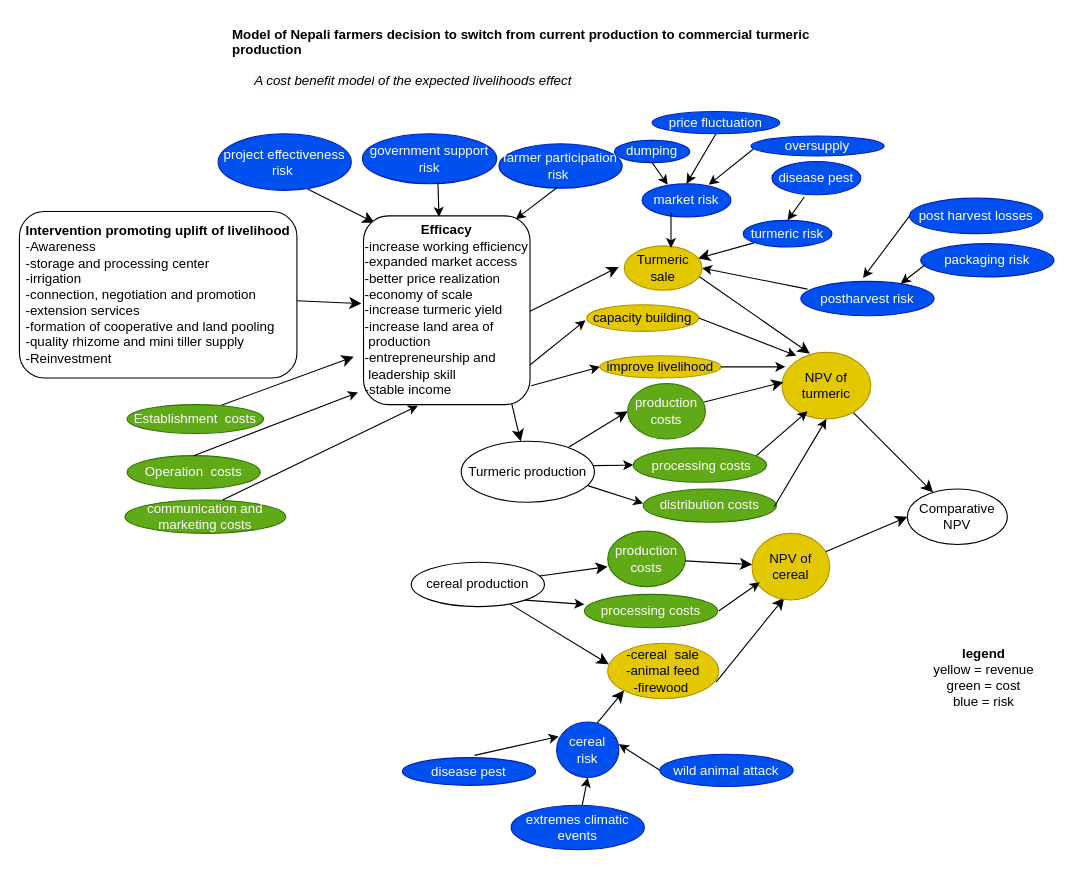
This is Untitled Diagram.drawio from AditiBista/nepal_turmeric, a draw.io file, before an edit. Source tidied: cells renumbered, new cells numbered last; positions are measured from the earlier drawing's top-left corner, leaving out a move shared by most shapes. Both pictures are drawn from the tidied source at 111%, with x=0, y=0 at pixel (19, 19).
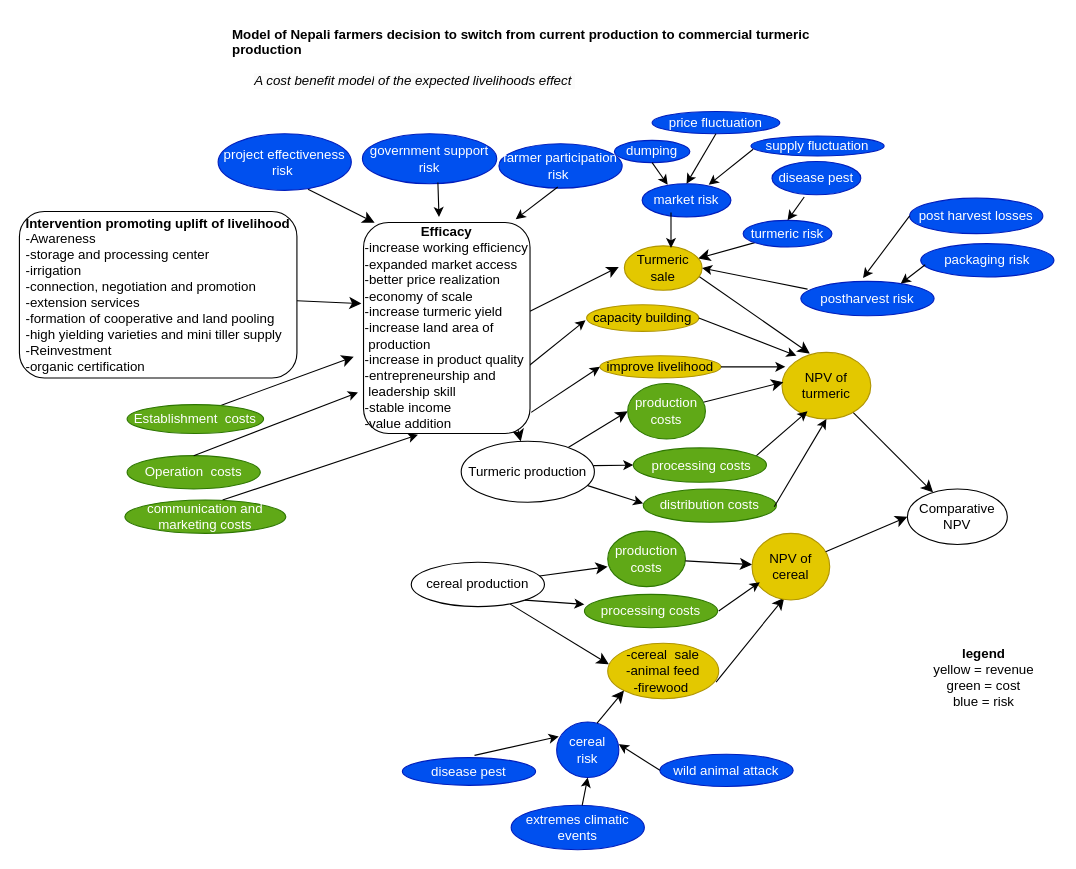
The same diagram, later.

Change to the diagram source:
```diff
@@
-    <mxCell id="51" value="&lt;b&gt;Intervention promoting uplift of livelihood&lt;/b&gt;&lt;br&gt;&lt;div style=&quot;text-align: justify;&quot;&gt;-Awareness&lt;/div&gt;&lt;div style=&quot;text-align: justify;&quot;&gt;-storage and processing center&lt;/div&gt;&lt;div style=&quot;text-align: justify;&quot;&gt;-irrigation&lt;/div&gt;&lt;div style=&quot;text-align: justify;&quot;&gt;-connection, negotiation and promotion&lt;/div&gt;&lt;div style=&quot;text-align: justify;&quot;&gt;-extension services&lt;/div&gt;&lt;div style=&quot;text-align: justify;&quot;&gt;-formation of cooperative and land pooling&amp;nbsp;&lt;/div&gt;&lt;div style=&quot;text-align: justify;&quot;&gt;-quality rhizome and mini tiller supply&lt;/div&gt;&lt;div style=&quot;text-align: justify;&quot;&gt;-Reinvestment&lt;/div&gt;" style="rounded=1;whiteSpace=wrap;html=1;" parent="1" vertex="1">
+    <mxCell id="51" value="&lt;b&gt;Intervention promoting uplift of livelihood&lt;/b&gt;&lt;br&gt;&lt;div style=&quot;text-align: justify;&quot;&gt;-Awareness&lt;/div&gt;&lt;div style=&quot;text-align: justify;&quot;&gt;-storage and processing center&lt;/div&gt;&lt;div style=&quot;text-align: justify;&quot;&gt;-irrigation&lt;/div&gt;&lt;div style=&quot;text-align: justify;&quot;&gt;-connection, negotiation and promotion&lt;/div&gt;&lt;div style=&quot;text-align: justify;&quot;&gt;-extension services&lt;/div&gt;&lt;div style=&quot;text-align: justify;&quot;&gt;-formation of cooperative and land pooling&amp;nbsp;&lt;/div&gt;&lt;div style=&quot;text-align: justify;&quot;&gt;-high yielding varieties and mini tiller supply&lt;/div&gt;&lt;div style=&quot;text-align: justify;&quot;&gt;-Reinvestment&lt;/div&gt;&lt;div style=&quot;text-align: justify;&quot;&gt;-organic certification&lt;/div&gt;" style="rounded=1;whiteSpace=wrap;html=1;" parent="1" vertex="1">
       <mxGeometry y="173" width="250" height="150" as="geometry" />
     </mxCell>
@@
-    <mxCell id="57" value="&lt;b style=&quot;border-color: var(--border-color); caret-color: rgb(0, 0, 0); color: rgb(0, 0, 0); font-family: Helvetica; font-size: 12px; font-style: normal; font-variant-caps: normal; letter-spacing: normal; text-align: center; text-indent: 0px; text-transform: none; word-spacing: 0px; -webkit-text-stroke-width: 0px; text-decoration: none;&quot;&gt;Efficacy&lt;/b&gt;&lt;br style=&quot;border-color: var(--border-color); caret-color: rgb(0, 0, 0); color: rgb(0, 0, 0); font-family: Helvetica; font-size: 12px; font-style: normal; font-variant-caps: normal; font-weight: 400; letter-spacing: normal; text-align: center; text-indent: 0px; text-transform: none; word-spacing: 0px; -webkit-text-stroke-width: 0px; text-decoration: none;&quot;&gt;&lt;div style=&quot;border-color: var(--border-color); caret-color: rgb(0, 0, 0); color: rgb(0, 0, 0); font-family: Helvetica; font-size: 12px; font-style: normal; font-variant-caps: normal; font-weight: 400; letter-spacing: normal; text-indent: 0px; text-transform: none; word-spacing: 0px; -webkit-text-stroke-width: 0px; text-decoration: none; text-align: justify;&quot;&gt;-increase working efficiency&lt;/div&gt;&lt;div style=&quot;border-color: var(--border-color); caret-color: rgb(0, 0, 0); color: rgb(0, 0, 0); font-family: Helvetica; font-size: 12px; font-style: normal; font-variant-caps: normal; font-weight: 400; letter-spacing: normal; text-indent: 0px; text-transform: none; word-spacing: 0px; -webkit-text-stroke-width: 0px; text-decoration: none; text-align: justify;&quot;&gt;-expanded market access&lt;/div&gt;&lt;div style=&quot;border-color: var(--border-color); caret-color: rgb(0, 0, 0); color: rgb(0, 0, 0); font-family: Helvetica; font-size: 12px; font-style: normal; font-variant-caps: normal; font-weight: 400; letter-spacing: normal; text-indent: 0px; text-transform: none; word-spacing: 0px; -webkit-text-stroke-width: 0px; text-decoration: none; text-align: justify;&quot;&gt;-better price realization&lt;/div&gt;&lt;div style=&quot;border-color: var(--border-color); caret-color: rgb(0, 0, 0); color: rgb(0, 0, 0); font-family: Helvetica; font-size: 12px; font-style: normal; font-variant-caps: normal; font-weight: 400; letter-spacing: normal; text-indent: 0px; text-transform: none; word-spacing: 0px; -webkit-text-stroke-width: 0px; text-decoration: none; text-align: justify;&quot;&gt;-economy of scale&lt;/div&gt;&lt;div style=&quot;border-color: var(--border-color); caret-color: rgb(0, 0, 0); color: rgb(0, 0, 0); font-family: Helvetica; font-size: 12px; font-style: normal; font-variant-caps: normal; font-weight: 400; letter-spacing: normal; text-indent: 0px; text-transform: none; word-spacing: 0px; -webkit-text-stroke-width: 0px; text-decoration: none; text-align: justify;&quot;&gt;-increase turmeric yield&amp;nbsp;&lt;/div&gt;&lt;div style=&quot;border-color: var(--border-color); caret-color: rgb(0, 0, 0); color: rgb(0, 0, 0); font-family: Helvetica; font-size: 12px; font-style: normal; font-variant-caps: normal; font-weight: 400; letter-spacing: normal; text-indent: 0px; text-transform: none; word-spacing: 0px; -webkit-text-stroke-width: 0px; text-decoration: none; text-align: justify;&quot;&gt;-increase land area of&lt;/div&gt;&lt;div style=&quot;border-color: var(--border-color); caret-color: rgb(0, 0, 0); color: rgb(0, 0, 0); font-family: Helvetica; font-size: 12px; font-style: normal; font-variant-caps: normal; font-weight: 400; letter-spacing: normal; text-indent: 0px; text-transform: none; word-spacing: 0px; -webkit-text-stroke-width: 0px; text-decoration: none; text-align: justify;&quot;&gt;&amp;nbsp;production&lt;/div&gt;&lt;div style=&quot;border-color: var(--border-color); caret-color: rgb(0, 0, 0); color: rgb(0, 0, 0); font-family: Helvetica; font-size: 12px; font-style: normal; font-variant-caps: normal; font-weight: 400; letter-spacing: normal; text-indent: 0px; text-transform: none; word-spacing: 0px; -webkit-text-stroke-width: 0px; text-decoration: none; text-align: justify;&quot;&gt;-entrepreneurship and&lt;/div&gt;&lt;div style=&quot;border-color: var(--border-color); caret-color: rgb(0, 0, 0); color: rgb(0, 0, 0); font-family: Helvetica; font-size: 12px; font-style: normal; font-variant-caps: normal; font-weight: 400; letter-spacing: normal; text-indent: 0px; text-transform: none; word-spacing: 0px; -webkit-text-stroke-width: 0px; text-decoration: none; text-align: justify;&quot;&gt;&amp;nbsp;leadership skill&lt;/div&gt;&lt;div style=&quot;border-color: var(--border-color); caret-color: rgb(0, 0, 0); color: rgb(0, 0, 0); font-family: Helvetica; font-size: 12px; font-style: normal; font-variant-caps: normal; font-weight: 400; letter-spacing: normal; text-indent: 0px; text-transform: none; word-spacing: 0px; -webkit-text-stroke-width: 0px; text-decoration: none; text-align: justify;&quot;&gt;-stable income&lt;/div&gt;" style="rounded=1;whiteSpace=wrap;html=1;" parent="1" vertex="1">
-      <mxGeometry x="310" y="177" width="150" height="170" as="geometry" />
+    <mxCell id="57" value="&lt;b style=&quot;border-color: var(--border-color); caret-color: rgb(0, 0, 0); color: rgb(0, 0, 0); font-family: Helvetica; font-size: 12px; font-style: normal; font-variant-caps: normal; letter-spacing: normal; text-align: center; text-indent: 0px; text-transform: none; word-spacing: 0px; -webkit-text-stroke-width: 0px; text-decoration: none;&quot;&gt;Efficacy&lt;/b&gt;&lt;br style=&quot;border-color: var(--border-color); caret-color: rgb(0, 0, 0); color: rgb(0, 0, 0); font-family: Helvetica; font-size: 12px; font-style: normal; font-variant-caps: normal; font-weight: 400; letter-spacing: normal; text-align: center; text-indent: 0px; text-transform: none; word-spacing: 0px; -webkit-text-stroke-width: 0px; text-decoration: none;&quot;&gt;&lt;div style=&quot;border-color: var(--border-color); caret-color: rgb(0, 0, 0); color: rgb(0, 0, 0); font-family: Helvetica; font-size: 12px; font-style: normal; font-variant-caps: normal; font-weight: 400; letter-spacing: normal; text-indent: 0px; text-transform: none; word-spacing: 0px; -webkit-text-stroke-width: 0px; text-decoration: none; text-align: justify;&quot;&gt;-increase working efficiency&lt;/div&gt;&lt;div style=&quot;border-color: var(--border-color); caret-color: rgb(0, 0, 0); color: rgb(0, 0, 0); font-family: Helvetica; font-size: 12px; font-style: normal; font-variant-caps: normal; font-weight: 400; letter-spacing: normal; text-indent: 0px; text-transform: none; word-spacing: 0px; -webkit-text-stroke-width: 0px; text-decoration: none; text-align: justify;&quot;&gt;-expanded market access&lt;/div&gt;&lt;div style=&quot;border-color: var(--border-color); caret-color: rgb(0, 0, 0); color: rgb(0, 0, 0); font-family: Helvetica; font-size: 12px; font-style: normal; font-variant-caps: normal; font-weight: 400; letter-spacing: normal; text-indent: 0px; text-transform: none; word-spacing: 0px; -webkit-text-stroke-width: 0px; text-decoration: none; text-align: justify;&quot;&gt;-better price realization&lt;/div&gt;&lt;div style=&quot;border-color: var(--border-color); caret-color: rgb(0, 0, 0); color: rgb(0, 0, 0); font-family: Helvetica; font-size: 12px; font-style: normal; font-variant-caps: normal; font-weight: 400; letter-spacing: normal; text-indent: 0px; text-transform: none; word-spacing: 0px; -webkit-text-stroke-width: 0px; text-decoration: none; text-align: justify;&quot;&gt;-economy of scale&lt;/div&gt;&lt;div style=&quot;border-color: var(--border-color); caret-color: rgb(0, 0, 0); color: rgb(0, 0, 0); font-family: Helvetica; font-size: 12px; font-style: normal; font-variant-caps: normal; font-weight: 400; letter-spacing: normal; text-indent: 0px; text-transform: none; word-spacing: 0px; -webkit-text-stroke-width: 0px; text-decoration: none; text-align: justify;&quot;&gt;-increase turmeric yield&amp;nbsp;&lt;/div&gt;&lt;div style=&quot;border-color: var(--border-color); caret-color: rgb(0, 0, 0); color: rgb(0, 0, 0); font-family: Helvetica; font-size: 12px; font-style: normal; font-variant-caps: normal; font-weight: 400; letter-spacing: normal; text-indent: 0px; text-transform: none; word-spacing: 0px; -webkit-text-stroke-width: 0px; text-decoration: none; text-align: justify;&quot;&gt;-increase land area of&lt;/div&gt;&lt;div style=&quot;border-color: var(--border-color); caret-color: rgb(0, 0, 0); color: rgb(0, 0, 0); font-family: Helvetica; font-size: 12px; font-style: normal; font-variant-caps: normal; font-weight: 400; letter-spacing: normal; text-indent: 0px; text-transform: none; word-spacing: 0px; -webkit-text-stroke-width: 0px; text-decoration: none; text-align: justify;&quot;&gt;&amp;nbsp;production&lt;/div&gt;&lt;div style=&quot;border-color: var(--border-color); caret-color: rgb(0, 0, 0); color: rgb(0, 0, 0); font-family: Helvetica; font-size: 12px; font-style: normal; font-variant-caps: normal; font-weight: 400; letter-spacing: normal; text-indent: 0px; text-transform: none; word-spacing: 0px; -webkit-text-stroke-width: 0px; text-decoration: none; text-align: justify;&quot;&gt;-increase in product quality&lt;/div&gt;&lt;div style=&quot;border-color: var(--border-color); caret-color: rgb(0, 0, 0); color: rgb(0, 0, 0); font-family: Helvetica; font-size: 12px; font-style: normal; font-variant-caps: normal; font-weight: 400; letter-spacing: normal; text-indent: 0px; text-transform: none; word-spacing: 0px; -webkit-text-stroke-width: 0px; text-decoration: none; text-align: justify;&quot;&gt;-entrepreneurship and&lt;/div&gt;&lt;div style=&quot;border-color: var(--border-color); caret-color: rgb(0, 0, 0); color: rgb(0, 0, 0); font-family: Helvetica; font-size: 12px; font-style: normal; font-variant-caps: normal; font-weight: 400; letter-spacing: normal; text-indent: 0px; text-transform: none; word-spacing: 0px; -webkit-text-stroke-width: 0px; text-decoration: none; text-align: justify;&quot;&gt;&amp;nbsp;leadership skill&lt;/div&gt;&lt;div style=&quot;border-color: var(--border-color); caret-color: rgb(0, 0, 0); color: rgb(0, 0, 0); font-family: Helvetica; font-size: 12px; font-style: normal; font-variant-caps: normal; font-weight: 400; letter-spacing: normal; text-indent: 0px; text-transform: none; word-spacing: 0px; -webkit-text-stroke-width: 0px; text-decoration: none; text-align: justify;&quot;&gt;-stable income&lt;/div&gt;&lt;div style=&quot;border-color: var(--border-color); caret-color: rgb(0, 0, 0); color: rgb(0, 0, 0); font-family: Helvetica; font-size: 12px; font-style: normal; font-variant-caps: normal; font-weight: 400; letter-spacing: normal; text-indent: 0px; text-transform: none; word-spacing: 0px; -webkit-text-stroke-width: 0px; text-decoration: none; text-align: justify;&quot;&gt;-value addition&lt;/div&gt;" style="rounded=1;whiteSpace=wrap;html=1;" parent="1" vertex="1">
+      <mxGeometry x="310" y="183" width="150" height="190" as="geometry" />
     </mxCell>
@@
-    <mxCell id="77" value="oversupply" style="ellipse;whiteSpace=wrap;html=1;fillColor=#0050ef;fontColor=#ffffff;strokeColor=#001DBC;" parent="1" vertex="1">
+    <mxCell id="77" value="supply fluctuation" style="ellipse;whiteSpace=wrap;html=1;fillColor=#0050ef;fontColor=#ffffff;strokeColor=#001DBC;" parent="1" vertex="1">
       <mxGeometry x="659" y="105" width="120" height="18" as="geometry" />
     </mxCell>
```
